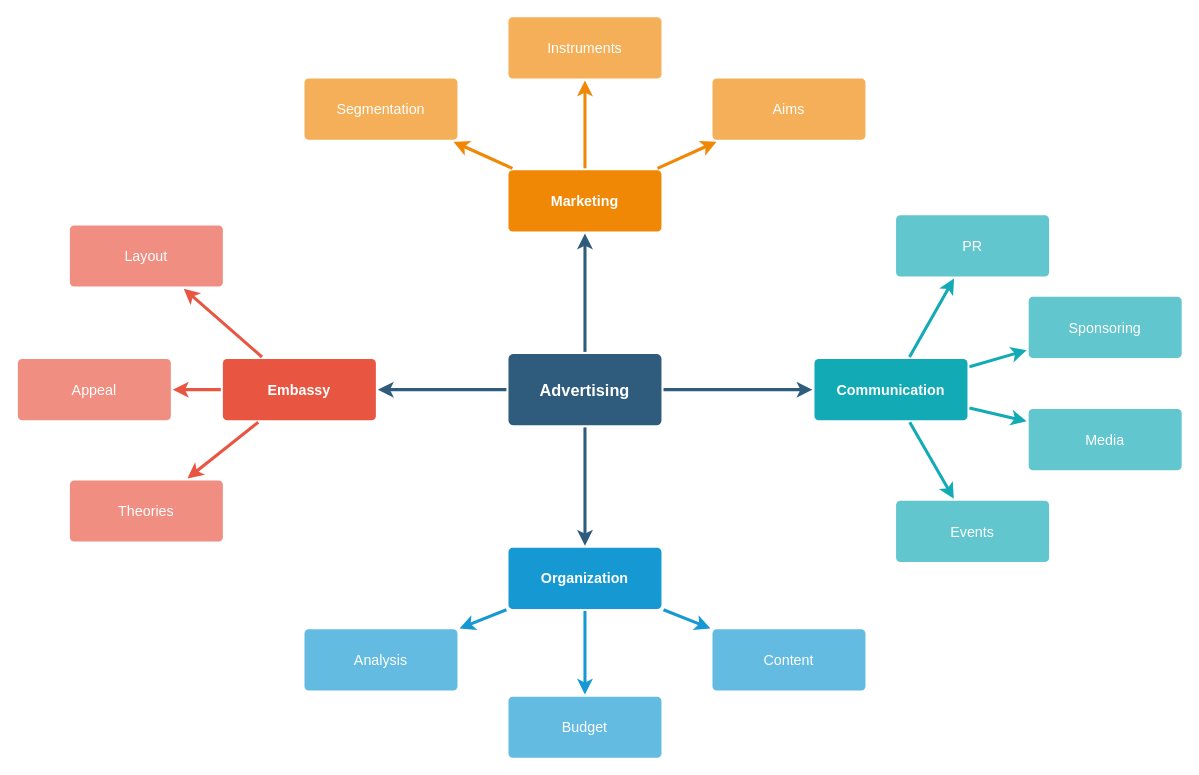
Above: iêu đề.drawio in doananhduong/ck (draw.io), before the change. Source tidied: cells renumbered, new cells numbered last; positions are measured from the earlier drawing's top-left corner, leaving out a move shared by most shapes. Both pictures are drawn from the tidied source at 102%, with x=0, y=0 at pixel (17, 16).
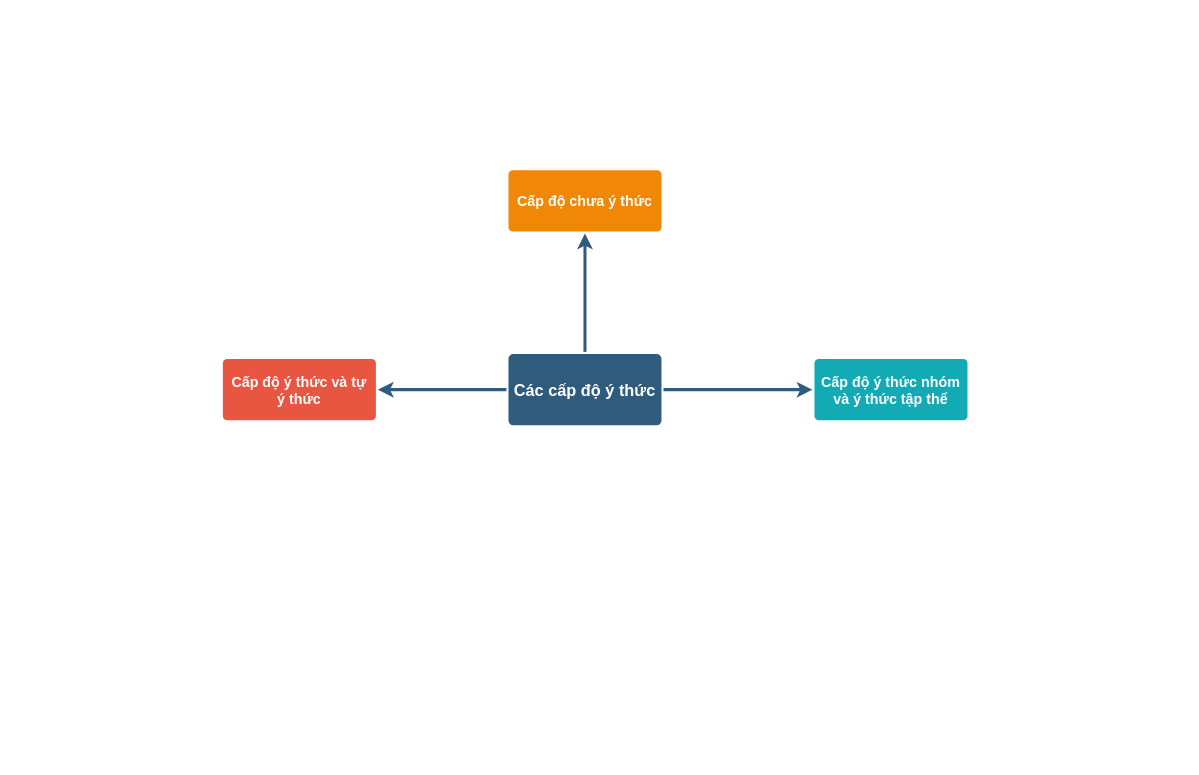
The same diagram, later.

Commit message:
Cập nhật iêu đề.drawio

Diff of the diagram source:
```diff
@@
-    <mxCell id="4" style="edgeStyle=none;rounded=0;jumpStyle=none;html=1;shadow=0;labelBackgroundColor=none;startArrow=none;startFill=0;endArrow=classic;endFill=1;jettySize=auto;strokeColor=#2F5B7C;strokeWidth=3;fontFamily=Helvetica;fontSize=16;fontColor=#23445D;spacing=5;" parent="1" edge="1" source="6" target="17">
-      <mxGeometry relative="1" as="geometry" />
-    </mxCell>
@@
-    <mxCell id="6" value="Advertising" style="rounded=1;whiteSpace=wrap;html=1;shadow=0;labelBackgroundColor=none;strokeColor=none;strokeWidth=3;fillColor=#2F5B7C;fontFamily=Helvetica;fontSize=16;fontColor=#FFFFFF;align=center;fontStyle=1;spacing=5;arcSize=7;perimeterSpacing=2;" parent="1" vertex="1">
+    <mxCell id="6" value="Các cấp độ ý thức" style="rounded=1;whiteSpace=wrap;html=1;shadow=0;labelBackgroundColor=none;strokeColor=none;strokeWidth=3;fillColor=#2F5B7C;fontFamily=Helvetica;fontSize=16;fontColor=#FFFFFF;align=center;fontStyle=1;spacing=5;arcSize=7;perimeterSpacing=2;" parent="1" vertex="1">
       <mxGeometry x="481" y="330.5" width="150" height="70" as="geometry" />
     </mxCell>
-    <mxCell id="7" style="edgeStyle=none;rounded=1;jumpStyle=none;html=1;shadow=0;labelBackgroundColor=none;startArrow=none;startFill=0;jettySize=auto;strokeColor=#E85642;strokeWidth=3;fontFamily=Helvetica;fontSize=14;fontColor=#FFFFFF;spacing=5;fontStyle=1;fillColor=#b0e3e6;" parent="1" edge="1" source="10" target="13">
-      <mxGeometry relative="1" as="geometry" />
-    </mxCell>
-    <mxCell id="8" style="edgeStyle=none;rounded=1;jumpStyle=none;html=1;shadow=0;labelBackgroundColor=none;startArrow=none;startFill=0;jettySize=auto;strokeColor=#E85642;strokeWidth=3;fontFamily=Helvetica;fontSize=14;fontColor=#FFFFFF;spacing=5;fontStyle=1;fillColor=#b0e3e6;" parent="1" edge="1" source="10" target="12">
-      <mxGeometry relative="1" as="geometry" />
-    </mxCell>
-    <mxCell id="9" style="edgeStyle=none;rounded=1;jumpStyle=none;html=1;shadow=0;labelBackgroundColor=none;startArrow=none;startFill=0;jettySize=auto;strokeColor=#E85642;strokeWidth=3;fontFamily=Helvetica;fontSize=14;fontColor=#FFFFFF;spacing=5;fontStyle=1;fillColor=#b0e3e6;" parent="1" edge="1" source="10" target="11">
-      <mxGeometry relative="1" as="geometry" />
-    </mxCell>
-    <mxCell id="10" value="Embassy" style="rounded=1;whiteSpace=wrap;html=1;shadow=0;labelBackgroundColor=none;strokeColor=none;strokeWidth=3;fillColor=#e85642;fontFamily=Helvetica;fontSize=14;fontColor=#FFFFFF;align=center;spacing=5;fontStyle=1;arcSize=7;perimeterSpacing=2;" parent="1" vertex="1">
+    <mxCell id="10" value="Cấp độ ý thức và tự ý thức" style="rounded=1;whiteSpace=wrap;html=1;shadow=0;labelBackgroundColor=none;strokeColor=none;strokeWidth=3;fillColor=#e85642;fontFamily=Helvetica;fontSize=14;fontColor=#FFFFFF;align=center;spacing=5;fontStyle=1;arcSize=7;perimeterSpacing=2;" parent="1" vertex="1">
       <mxGeometry x="201" y="335.5" width="150" height="60" as="geometry" />
     </mxCell>
-    <mxCell id="11" value="Theories" style="rounded=1;whiteSpace=wrap;html=1;shadow=0;labelBackgroundColor=none;strokeColor=none;strokeWidth=3;fillColor=#f08e81;fontFamily=Helvetica;fontSize=14;fontColor=#FFFFFF;align=center;spacing=5;fontStyle=0;arcSize=7;perimeterSpacing=2;" parent="1" vertex="1">
-      <mxGeometry x="51" y="454.5" width="150" height="60" as="geometry" />
-    </mxCell>
-    <mxCell id="12" value="Appeal" style="rounded=1;whiteSpace=wrap;html=1;shadow=0;labelBackgroundColor=none;strokeColor=none;strokeWidth=3;fillColor=#f08e81;fontFamily=Helvetica;fontSize=14;fontColor=#FFFFFF;align=center;spacing=5;fontStyle=0;arcSize=7;perimeterSpacing=2;" parent="1" vertex="1">
-      <mxGeometry y="335.5" width="150" height="60" as="geometry" />
-    </mxCell>
-    <mxCell id="13" value="Layout" style="rounded=1;whiteSpace=wrap;html=1;shadow=0;labelBackgroundColor=none;strokeColor=none;strokeWidth=3;fillColor=#f08e81;fontFamily=Helvetica;fontSize=14;fontColor=#FFFFFF;align=center;spacing=5;fontStyle=0;arcSize=7;perimeterSpacing=2;" parent="1" vertex="1">
-      <mxGeometry x="51" y="204.5" width="150" height="60" as="geometry" />
-    </mxCell>
-    <mxCell id="14" style="edgeStyle=none;rounded=0;jumpStyle=none;html=1;shadow=0;labelBackgroundColor=none;startArrow=none;startFill=0;endArrow=classic;endFill=1;jettySize=auto;strokeColor=#1699D3;strokeWidth=3;fontFamily=Helvetica;fontSize=14;fontColor=#FFFFFF;spacing=5;" parent="1" edge="1" source="17" target="20">
-      <mxGeometry relative="1" as="geometry" />
-    </mxCell>
-    <mxCell id="15" style="edgeStyle=none;rounded=0;jumpStyle=none;html=1;shadow=0;labelBackgroundColor=none;startArrow=none;startFill=0;endArrow=classic;endFill=1;jettySize=auto;strokeColor=#1699D3;strokeWidth=3;fontFamily=Helvetica;fontSize=14;fontColor=#FFFFFF;spacing=5;" parent="1" edge="1" source="17" target="19">
-      <mxGeometry relative="1" as="geometry" />
-    </mxCell>
-    <mxCell id="16" style="edgeStyle=none;rounded=0;jumpStyle=none;html=1;shadow=0;labelBackgroundColor=none;startArrow=none;startFill=0;endArrow=classic;endFill=1;jettySize=auto;strokeColor=#1699D3;strokeWidth=3;fontFamily=Helvetica;fontSize=14;fontColor=#FFFFFF;spacing=5;" parent="1" edge="1" source="17" target="18">
-      <mxGeometry relative="1" as="geometry" />
-    </mxCell>
-    <mxCell id="17" value="Organization" style="rounded=1;whiteSpace=wrap;html=1;shadow=0;labelBackgroundColor=none;strokeColor=none;strokeWidth=3;fillColor=#1699d3;fontFamily=Helvetica;fontSize=14;fontColor=#FFFFFF;align=center;spacing=5;fontStyle=1;arcSize=7;perimeterSpacing=2;" parent="1" vertex="1">
-      <mxGeometry x="481" y="520.5" width="150" height="60" as="geometry" />
-    </mxCell>
-    <mxCell id="18" value="Content" style="rounded=1;whiteSpace=wrap;html=1;shadow=0;labelBackgroundColor=none;strokeColor=none;strokeWidth=3;fillColor=#64bbe2;fontFamily=Helvetica;fontSize=14;fontColor=#FFFFFF;align=center;spacing=5;arcSize=7;perimeterSpacing=2;" parent="1" vertex="1">
-      <mxGeometry x="681" y="600.5" width="150" height="60" as="geometry" />
-    </mxCell>
-    <mxCell id="19" value="Budget" style="rounded=1;whiteSpace=wrap;html=1;shadow=0;labelBackgroundColor=none;strokeColor=none;strokeWidth=3;fillColor=#64bbe2;fontFamily=Helvetica;fontSize=14;fontColor=#FFFFFF;align=center;spacing=5;arcSize=7;perimeterSpacing=2;" parent="1" vertex="1">
-      <mxGeometry x="481" y="666.5" width="150" height="60" as="geometry" />
-    </mxCell>
-    <mxCell id="20" value="Analysis" style="rounded=1;whiteSpace=wrap;html=1;shadow=0;labelBackgroundColor=none;strokeColor=none;strokeWidth=3;fillColor=#64bbe2;fontFamily=Helvetica;fontSize=14;fontColor=#FFFFFF;align=center;spacing=5;arcSize=7;perimeterSpacing=2;" parent="1" vertex="1">
-      <mxGeometry x="281" y="600.5" width="150" height="60" as="geometry" />
-    </mxCell>
-    <mxCell id="21" value="Marketing" style="rounded=1;whiteSpace=wrap;html=1;shadow=0;labelBackgroundColor=none;strokeColor=none;strokeWidth=3;fillColor=#F08705;fontFamily=Helvetica;fontSize=14;fontColor=#FFFFFF;align=center;spacing=5;fontStyle=1;arcSize=7;perimeterSpacing=2;" parent="1" vertex="1">
+    <mxCell id="21" value="Cấp độ chưa ý thức" style="rounded=1;whiteSpace=wrap;html=1;shadow=0;labelBackgroundColor=none;strokeColor=none;strokeWidth=3;fillColor=#F08705;fontFamily=Helvetica;fontSize=14;fontColor=#FFFFFF;align=center;spacing=5;fontStyle=1;arcSize=7;perimeterSpacing=2;" parent="1" vertex="1">
       <mxGeometry x="481" y="150.5" width="150" height="60" as="geometry" />
     </mxCell>
-    <mxCell id="22" value="Aims&lt;br&gt;" style="rounded=1;whiteSpace=wrap;html=1;shadow=0;labelBackgroundColor=none;strokeColor=none;strokeWidth=3;fillColor=#f5af58;fontFamily=Helvetica;fontSize=14;fontColor=#FFFFFF;align=center;spacing=5;arcSize=7;perimeterSpacing=2;" parent="1" vertex="1">
-      <mxGeometry x="681" y="60.5" width="150" height="60" as="geometry" />
-    </mxCell>
-    <mxCell id="23" style="edgeStyle=none;rounded=0;jumpStyle=none;html=1;shadow=0;labelBackgroundColor=none;startArrow=none;startFill=0;endArrow=classic;endFill=1;jettySize=auto;strokeColor=#F08705;strokeWidth=3;fontFamily=Helvetica;fontSize=14;fontColor=#FFFFFF;spacing=5;" parent="1" edge="1" source="21" target="22">
-      <mxGeometry relative="1" as="geometry" />
-    </mxCell>
-    <mxCell id="24" value="Instruments" style="rounded=1;whiteSpace=wrap;html=1;shadow=0;labelBackgroundColor=none;strokeColor=none;strokeWidth=3;fillColor=#f5af58;fontFamily=Helvetica;fontSize=14;fontColor=#FFFFFF;align=center;spacing=5;arcSize=7;perimeterSpacing=2;" parent="1" vertex="1">
-      <mxGeometry x="481" y="0.5" width="150" height="60" as="geometry" />
-    </mxCell>
-    <mxCell id="25" style="edgeStyle=none;rounded=0;jumpStyle=none;html=1;shadow=0;labelBackgroundColor=none;startArrow=none;startFill=0;endArrow=classic;endFill=1;jettySize=auto;strokeColor=#F08705;strokeWidth=3;fontFamily=Helvetica;fontSize=14;fontColor=#FFFFFF;spacing=5;" parent="1" edge="1" source="21" target="24">
-      <mxGeometry relative="1" as="geometry" />
-    </mxCell>
-    <mxCell id="26" value="Segmentation" style="rounded=1;whiteSpace=wrap;html=1;shadow=0;labelBackgroundColor=none;strokeColor=none;strokeWidth=3;fillColor=#f5af58;fontFamily=Helvetica;fontSize=14;fontColor=#FFFFFF;align=center;spacing=5;arcSize=7;perimeterSpacing=2;" parent="1" vertex="1">
-      <mxGeometry x="281" y="60.5" width="150" height="60" as="geometry" />
-    </mxCell>
-    <mxCell id="27" style="edgeStyle=none;rounded=0;jumpStyle=none;html=1;shadow=0;labelBackgroundColor=none;startArrow=none;startFill=0;endArrow=classic;endFill=1;jettySize=auto;strokeColor=#F08705;strokeWidth=3;fontFamily=Helvetica;fontSize=14;fontColor=#FFFFFF;spacing=5;" parent="1" edge="1" source="21" target="26">
-      <mxGeometry relative="1" as="geometry" />
-    </mxCell>
-    <mxCell id="28" value="Communication" style="rounded=1;whiteSpace=wrap;html=1;shadow=0;labelBackgroundColor=none;strokeColor=none;strokeWidth=3;fillColor=#12aab5;fontFamily=Helvetica;fontSize=14;fontColor=#FFFFFF;align=center;spacing=5;fontStyle=1;arcSize=7;perimeterSpacing=2;" parent="1" vertex="1">
+    <mxCell id="28" value="Cấp độ ý thức nhóm và ý thức tập thể" style="rounded=1;whiteSpace=wrap;html=1;shadow=0;labelBackgroundColor=none;strokeColor=none;strokeWidth=3;fillColor=#12aab5;fontFamily=Helvetica;fontSize=14;fontColor=#FFFFFF;align=center;spacing=5;fontStyle=1;arcSize=7;perimeterSpacing=2;" parent="1" vertex="1">
       <mxGeometry x="781" y="335.5" width="150" height="60" as="geometry" />
     </mxCell>
-    <mxCell id="29" value="Events" style="rounded=1;whiteSpace=wrap;html=1;shadow=0;labelBackgroundColor=none;strokeColor=none;strokeWidth=3;fillColor=#61c6ce;fontFamily=Helvetica;fontSize=14;fontColor=#FFFFFF;align=center;spacing=5;fontStyle=0;arcSize=7;perimeterSpacing=2;" parent="1" vertex="1">
-      <mxGeometry x="861" y="474.5" width="150" height="60" as="geometry" />
-    </mxCell>
-    <mxCell id="30" style="edgeStyle=none;rounded=1;jumpStyle=none;html=1;shadow=0;labelBackgroundColor=none;startArrow=none;startFill=0;jettySize=auto;strokeColor=#12AAB5;strokeWidth=3;fontFamily=Helvetica;fontSize=14;fontColor=#FFFFFF;spacing=5;fontStyle=1;fillColor=#b0e3e6;" parent="1" edge="1" source="28" target="29">
-      <mxGeometry relative="1" as="geometry" />
-    </mxCell>
-    <mxCell id="31" value="Media" style="rounded=1;whiteSpace=wrap;html=1;shadow=0;labelBackgroundColor=none;strokeColor=none;strokeWidth=3;fillColor=#61c6ce;fontFamily=Helvetica;fontSize=14;fontColor=#FFFFFF;align=center;spacing=5;fontStyle=0;arcSize=7;perimeterSpacing=2;" parent="1" vertex="1">
-      <mxGeometry x="991" y="384.5" width="150" height="60" as="geometry" />
-    </mxCell>
-    <mxCell id="32" style="edgeStyle=none;rounded=1;jumpStyle=none;html=1;shadow=0;labelBackgroundColor=none;startArrow=none;startFill=0;jettySize=auto;strokeColor=#12AAB5;strokeWidth=3;fontFamily=Helvetica;fontSize=14;fontColor=#FFFFFF;spacing=5;fontStyle=1;fillColor=#b0e3e6;" parent="1" edge="1" source="28" target="31">
-      <mxGeometry relative="1" as="geometry" />
-    </mxCell>
-    <mxCell id="33" value="Sponsoring" style="rounded=1;whiteSpace=wrap;html=1;shadow=0;labelBackgroundColor=none;strokeColor=none;strokeWidth=3;fillColor=#61c6ce;fontFamily=Helvetica;fontSize=14;fontColor=#FFFFFF;align=center;spacing=5;fontStyle=0;arcSize=7;perimeterSpacing=2;" parent="1" vertex="1">
-      <mxGeometry x="991" y="274.5" width="150" height="60" as="geometry" />
-    </mxCell>
-    <mxCell id="34" style="edgeStyle=none;rounded=1;jumpStyle=none;html=1;shadow=0;labelBackgroundColor=none;startArrow=none;startFill=0;jettySize=auto;strokeColor=#12AAB5;strokeWidth=3;fontFamily=Helvetica;fontSize=14;fontColor=#FFFFFF;spacing=5;fontStyle=1;fillColor=#b0e3e6;" parent="1" edge="1" source="28" target="33">
-      <mxGeometry relative="1" as="geometry" />
-    </mxCell>
-    <mxCell id="35" value="PR" style="rounded=1;whiteSpace=wrap;html=1;shadow=0;labelBackgroundColor=none;strokeColor=none;strokeWidth=3;fillColor=#61c6ce;fontFamily=Helvetica;fontSize=14;fontColor=#FFFFFF;align=center;spacing=5;fontStyle=0;arcSize=7;perimeterSpacing=2;" parent="1" vertex="1">
-      <mxGeometry x="861" y="194.5" width="150" height="60" as="geometry" />
-    </mxCell>
-    <mxCell id="36" style="edgeStyle=none;rounded=1;jumpStyle=none;html=1;shadow=0;labelBackgroundColor=none;startArrow=none;startFill=0;jettySize=auto;strokeColor=#12AAB5;strokeWidth=3;fontFamily=Helvetica;fontSize=14;fontColor=#FFFFFF;spacing=5;fontStyle=1;fillColor=#b0e3e6;" parent="1" edge="1" source="28" target="35">
-      <mxGeometry relative="1" as="geometry" />
-    </mxCell>
```
